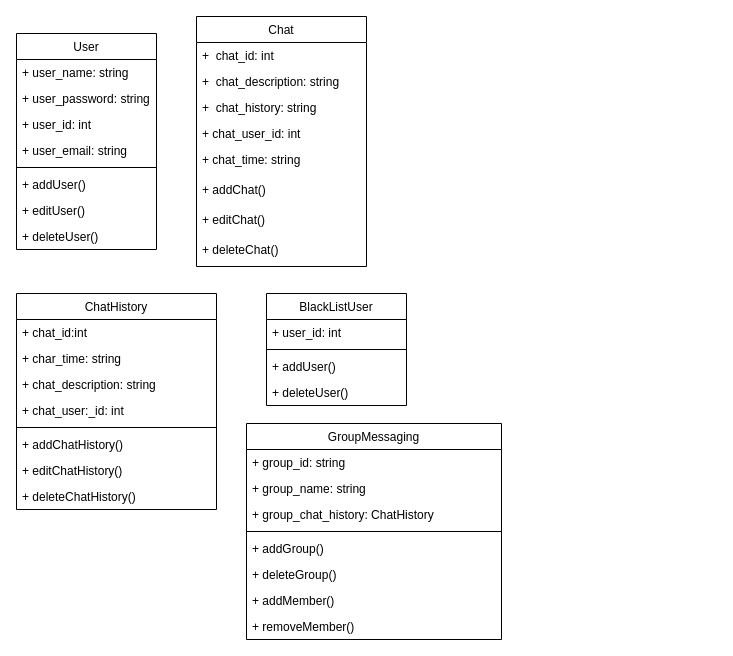
Earlier version of the draw.io diagram Untitled Diagram.drawio (Tekky0001/hello-world). Source tidied: cells renumbered, new cells numbered last; positions are measured from the earlier drawing's top-left corner, leaving out a move shared by most shapes. Both pictures are drawn from the tidied source at 100%, with x=0, y=0 at pixel (16, 16).
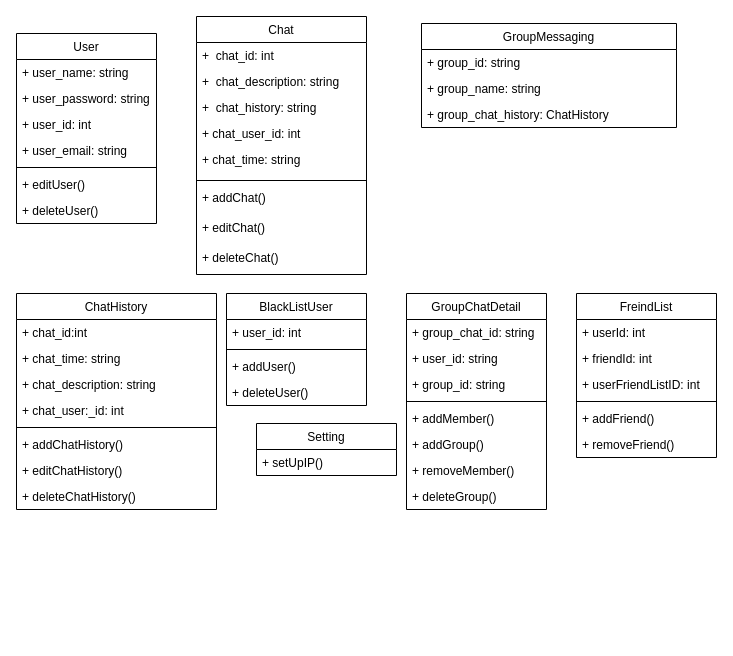
The same page after the edit.

The change refers to these unchanged cells:
```xml
<mxCell id="2" value="ChatHistory" style="swimlane;fontStyle=0;horizontal=1;startSize=26;fillColor=none;" parent="1" vertex="1">
  <mxGeometry y="277" width="200" height="216" as="geometry" />
</mxCell>
```

Diff of the diagram source:
```diff
@@
-    <mxCell id="4" value="+ char_time: string" style="text;strokeColor=none;fillColor=none;align=left;verticalAlign=top;spacingLeft=4;spacingRight=4;overflow=hidden;" parent="2" vertex="1">
+    <mxCell id="4" value="+ chat_time: string" style="text;strokeColor=none;fillColor=none;align=left;verticalAlign=top;spacingLeft=4;spacingRight=4;overflow=hidden;" parent="2" vertex="1">
       <mxGeometry y="52" width="200" height="26" as="geometry" />
     </mxCell>
@@
     <mxCell id="11" value="GroupMessaging" style="swimlane;fontStyle=0;horizontal=1;startSize=26;fillColor=none;" parent="1" vertex="1">
-      <mxGeometry x="230" y="407" width="255" height="216" as="geometry" />
+      <mxGeometry x="405" y="7" width="255" height="104" as="geometry" />
     </mxCell>
@@
-    <mxCell id="15" style="line;strokeWidth=1;fillColor=none;align=left;verticalAlign=middle;spacingTop=-1;spacingLeft=3;spacingRight=3;labelPosition=right;" parent="11" vertex="1">
-      <mxGeometry y="104" width="255" height="8" as="geometry" />
-    </mxCell>
-    <mxCell id="16" value="+ addGroup()" style="text;strokeColor=none;fillColor=none;align=left;verticalAlign=top;spacingLeft=4;spacingRight=4;overflow=hidden;" parent="11" vertex="1">
-      <mxGeometry y="112" width="255" height="26" as="geometry" />
-    </mxCell>
-    <mxCell id="17" value="+ deleteGroup()" style="text;strokeColor=none;fillColor=none;align=left;verticalAlign=top;spacingLeft=4;spacingRight=4;overflow=hidden;" parent="11" vertex="1">
-      <mxGeometry y="138" width="255" height="26" as="geometry" />
-    </mxCell>
-    <mxCell id="18" value="+ addMember()" style="text;strokeColor=none;fillColor=none;align=left;verticalAlign=top;spacingLeft=4;spacingRight=4;overflow=hidden;" parent="11" vertex="1">
-      <mxGeometry y="164" width="255" height="26" as="geometry" />
-    </mxCell>
-    <mxCell id="19" value="+ removeMember()" style="text;strokeColor=none;fillColor=none;align=left;verticalAlign=top;spacingLeft=4;spacingRight=4;overflow=hidden;" parent="11" vertex="1">
-      <mxGeometry y="190" width="255" height="26" as="geometry" />
-    </mxCell>
     <mxCell id="20" value="BlackListUser" style="swimlane;fontStyle=0;horizontal=1;startSize=26;fillColor=none;" parent="1" vertex="1">
-      <mxGeometry x="250" y="277" width="140" height="112" as="geometry" />
+      <mxGeometry x="210" y="277" width="140" height="112" as="geometry" />
     </mxCell>
@@
     <mxCell id="25" value="User" style="swimlane;fontStyle=0;horizontal=1;startSize=26;fillColor=none;" parent="1" vertex="1">
-      <mxGeometry y="17" width="140" height="216" as="geometry" />
+      <mxGeometry y="17" width="140" height="190" as="geometry" />
     </mxCell>
@@
-    <mxCell id="31" value="+ addUser()" style="text;strokeColor=none;fillColor=none;align=left;verticalAlign=top;spacingLeft=4;spacingRight=4;overflow=hidden;" parent="25" vertex="1">
-      <mxGeometry y="138" width="140" height="26" as="geometry" />
-    </mxCell>
     <mxCell id="32" value="+ editUser()" style="text;strokeColor=none;fillColor=none;align=left;verticalAlign=top;spacingLeft=4;spacingRight=4;overflow=hidden;" parent="25" vertex="1">
-      <mxGeometry y="164" width="140" height="26" as="geometry" />
+      <mxGeometry y="138" width="140" height="26" as="geometry" />
     </mxCell>
     <mxCell id="33" value="+ deleteUser()" style="text;strokeColor=none;fillColor=none;align=left;verticalAlign=top;spacingLeft=4;spacingRight=4;overflow=hidden;" parent="25" vertex="1">
-      <mxGeometry y="190" width="140" height="26" as="geometry" />
+      <mxGeometry y="164" width="140" height="26" as="geometry" />
     </mxCell>
     <mxCell id="34" value="Chat" style="swimlane;fontStyle=0;horizontal=1;startSize=26;fillColor=none;" parent="1" vertex="1">
-      <mxGeometry x="180" width="170" height="250" as="geometry" />
+      <mxGeometry x="180" width="170" height="258" as="geometry" />
     </mxCell>
@@
+    <mxCell id="43" style="line;strokeWidth=1;fillColor=none;align=left;verticalAlign=middle;spacingTop=-1;spacingLeft=3;spacingRight=3;labelPosition=right;" parent="34" vertex="1">
+      <mxGeometry y="160" width="170" height="8" as="geometry" />
+    </mxCell>
     <mxCell id="40" value="+ addChat()" style="text;strokeColor=none;fillColor=none;align=left;verticalAlign=top;spacingLeft=4;spacingRight=4;overflow=hidden;" parent="34" vertex="1">
-      <mxGeometry y="160" width="170" height="30" as="geometry" />
+      <mxGeometry y="168" width="170" height="30" as="geometry" />
     </mxCell>
     <mxCell id="41" value="+ editChat()" style="text;strokeColor=none;fillColor=none;align=left;verticalAlign=top;spacingLeft=4;spacingRight=4;overflow=hidden;" parent="34" vertex="1">
-      <mxGeometry y="190" width="170" height="30" as="geometry" />
+      <mxGeometry y="198" width="170" height="30" as="geometry" />
     </mxCell>
     <mxCell id="42" value="+ deleteChat()" style="text;strokeColor=none;fillColor=none;align=left;verticalAlign=top;spacingLeft=4;spacingRight=4;overflow=hidden;" parent="34" vertex="1">
-      <mxGeometry y="220" width="170" height="30" as="geometry" />
+      <mxGeometry y="228" width="170" height="30" as="geometry" />
     </mxCell>
+    <mxCell id="44" value="GroupChatDetail" style="swimlane;fontStyle=0;horizontal=1;startSize=26;fillColor=none;" parent="1" vertex="1">
+      <mxGeometry x="390" y="277" width="140" height="216" as="geometry" />
+    </mxCell>
+    <mxCell id="45" value="+ group_chat_id: string" style="text;strokeColor=none;fillColor=none;align=left;verticalAlign=top;spacingLeft=4;spacingRight=4;overflow=hidden;" parent="44" vertex="1">
+      <mxGeometry y="26" width="140" height="26" as="geometry" />
+    </mxCell>
+    <mxCell id="46" value="+ user_id: string" style="text;strokeColor=none;fillColor=none;align=left;verticalAlign=top;spacingLeft=4;spacingRight=4;overflow=hidden;" parent="44" vertex="1">
+      <mxGeometry y="52" width="140" height="26" as="geometry" />
+    </mxCell>
+    <mxCell id="47" value="+ group_id: string" style="text;strokeColor=none;fillColor=none;align=left;verticalAlign=top;spacingLeft=4;spacingRight=4;overflow=hidden;" parent="44" vertex="1">
+      <mxGeometry y="78" width="140" height="26" as="geometry" />
+    </mxCell>
+    <mxCell id="15" style="line;strokeWidth=1;fillColor=none;align=left;verticalAlign=middle;spacingTop=-1;spacingLeft=3;spacingRight=3;labelPosition=right;" parent="44" vertex="1">
+      <mxGeometry y="104" width="140" height="8" as="geometry" />
+    </mxCell>
+    <mxCell id="18" value="+ addMember()" style="text;strokeColor=none;fillColor=none;align=left;verticalAlign=top;spacingLeft=4;spacingRight=4;overflow=hidden;" parent="44" vertex="1">
+      <mxGeometry y="112" width="140" height="26" as="geometry" />
+    </mxCell>
+    <mxCell id="16" value="+ addGroup()" style="text;strokeColor=none;fillColor=none;align=left;verticalAlign=top;spacingLeft=4;spacingRight=4;overflow=hidden;" parent="44" vertex="1">
+      <mxGeometry y="138" width="140" height="26" as="geometry" />
+    </mxCell>
+    <mxCell id="19" value="+ removeMember()" style="text;strokeColor=none;fillColor=none;align=left;verticalAlign=top;spacingLeft=4;spacingRight=4;overflow=hidden;" parent="44" vertex="1">
+      <mxGeometry y="164" width="140" height="26" as="geometry" />
+    </mxCell>
+    <mxCell id="17" value="+ deleteGroup()" style="text;strokeColor=none;fillColor=none;align=left;verticalAlign=top;spacingLeft=4;spacingRight=4;overflow=hidden;" parent="44" vertex="1">
+      <mxGeometry y="190" width="140" height="26" as="geometry" />
+    </mxCell>
+    <mxCell id="48" value="Setting" style="swimlane;fontStyle=0;horizontal=1;startSize=26;fillColor=none;" parent="1" vertex="1">
+      <mxGeometry x="240" y="407" width="140" height="52" as="geometry" />
+    </mxCell>
+    <mxCell id="49" value="+ setUpIP()" style="text;strokeColor=none;fillColor=none;align=left;verticalAlign=top;spacingLeft=4;spacingRight=4;overflow=hidden;" parent="48" vertex="1">
+      <mxGeometry y="26" width="140" height="26" as="geometry" />
+    </mxCell>
+    <mxCell id="50" value="FreindList" style="swimlane;fontStyle=0;horizontal=1;startSize=26;fillColor=none;" parent="1" vertex="1">
+      <mxGeometry x="560" y="277" width="140" height="164" as="geometry" />
+    </mxCell>
+    <mxCell id="51" value="+ userId: int" style="text;strokeColor=none;fillColor=none;align=left;verticalAlign=top;spacingLeft=4;spacingRight=4;overflow=hidden;" parent="50" vertex="1">
+      <mxGeometry y="26" width="140" height="26" as="geometry" />
+    </mxCell>
+    <mxCell id="52" value="+ friendId: int" style="text;strokeColor=none;fillColor=none;align=left;verticalAlign=top;spacingLeft=4;spacingRight=4;overflow=hidden;" parent="50" vertex="1">
+      <mxGeometry y="52" width="140" height="26" as="geometry" />
+    </mxCell>
+    <mxCell id="53" value="+ userFriendListID: int" style="text;strokeColor=none;fillColor=none;align=left;verticalAlign=top;spacingLeft=4;spacingRight=4;overflow=hidden;" parent="50" vertex="1">
+      <mxGeometry y="78" width="140" height="26" as="geometry" />
+    </mxCell>
+    <mxCell id="54" style="line;strokeWidth=1;fillColor=none;align=left;verticalAlign=middle;spacingTop=-1;spacingLeft=3;spacingRight=3;labelPosition=right;" parent="50" vertex="1">
+      <mxGeometry y="104" width="140" height="8" as="geometry" />
+    </mxCell>
+    <mxCell id="55" value="+ addFriend()" style="text;strokeColor=none;fillColor=none;align=left;verticalAlign=top;spacingLeft=4;spacingRight=4;overflow=hidden;" parent="50" vertex="1">
+      <mxGeometry y="112" width="140" height="26" as="geometry" />
+    </mxCell>
+    <mxCell id="56" value="+ removeFriend()" style="text;strokeColor=none;fillColor=none;align=left;verticalAlign=top;spacingLeft=4;spacingRight=4;overflow=hidden;" parent="50" vertex="1">
+      <mxGeometry y="138" width="140" height="26" as="geometry" />
+    </mxCell>
```
